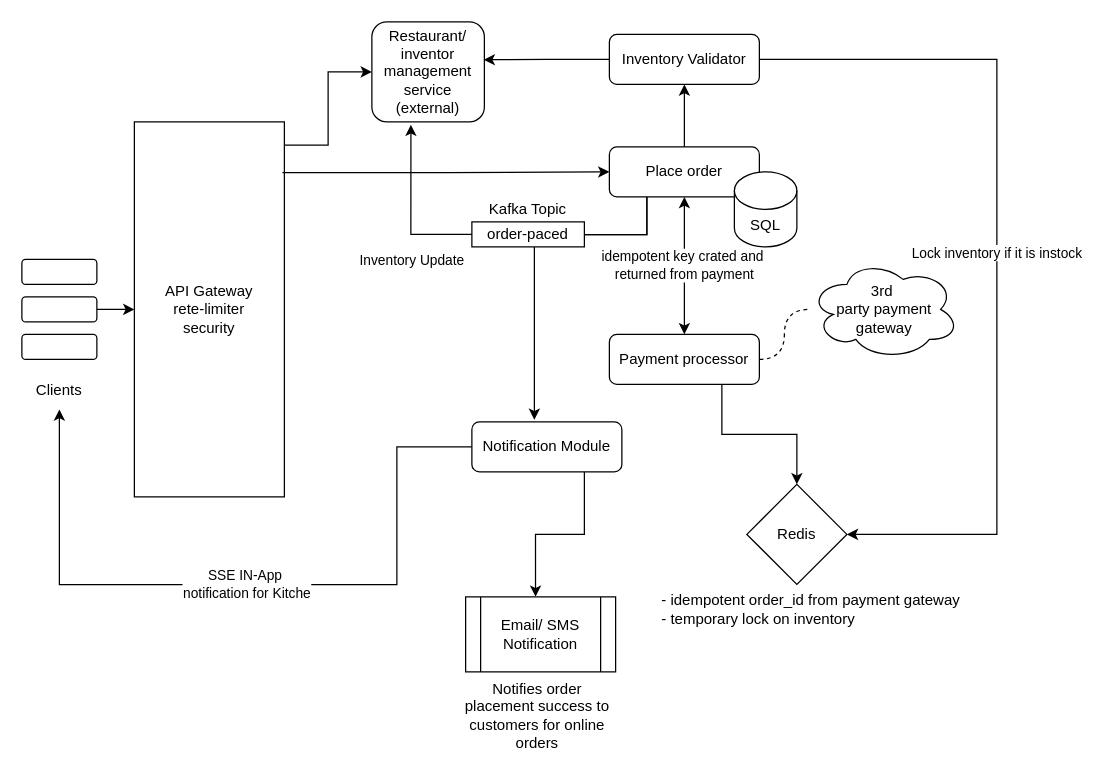
Before: HLD-drawings/order_management.drawio in harirehm/draw.io, a draw.io diagram. Source tidied: cells renumbered, new cells numbered last; positions are measured from the earlier drawing's top-left corner, leaving out a move shared by most shapes. Both pictures are drawn from the tidied source at 125%, with x=0, y=0 at pixel (21, 21).
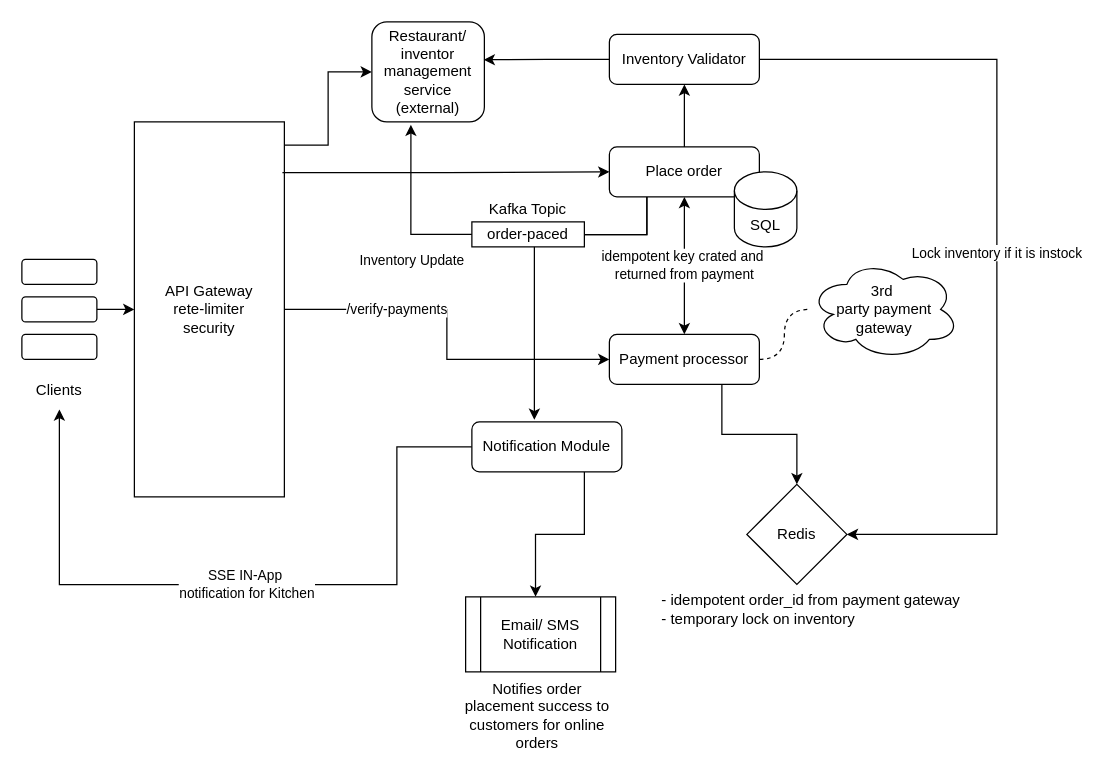
The same page after the edit.

The change refers to these unchanged cells:
```xml
<mxCell id="6" value="Clients" style="text;html=1;whiteSpace=wrap;strokeColor=none;fillColor=none;align=center;verticalAlign=middle;rounded=0;" parent="1" vertex="1">
  <mxGeometry y="280" width="60" height="30" as="geometry" />
</mxCell>
<mxCell id="8" value="API Gateway&lt;div&gt;rete-limiter&lt;/div&gt;&lt;div&gt;security&lt;/div&gt;" style="rounded=0;whiteSpace=wrap;html=1;" parent="1" vertex="1">
  <mxGeometry x="90" y="80" width="120" height="300" as="geometry" />
</mxCell>
<mxCell id="18" value="Payment processor" style="rounded=1;whiteSpace=wrap;html=1;" parent="1" vertex="1">
  <mxGeometry x="470" y="250" width="120" height="40" as="geometry" />
</mxCell>
<mxCell id="26" value="Notification Module" style="rounded=1;whiteSpace=wrap;html=1;" parent="1" vertex="1">
  <mxGeometry x="360" y="320" width="120" height="40" as="geometry" />
</mxCell>
```

What changed in the source:
```diff
@@
+    <mxCell id="34" value="/verify-payments" style="edgeStyle=orthogonalEdgeStyle;rounded=0;jettySize=auto;html=1;exitX=1;exitY=0.5;exitDx=0;exitDy=0;entryX=0;entryY=0.5;entryDx=0;entryDy=0;" parent="1" edge="1" source="8" target="18">
+      <mxGeometry x="-0.4" relative="1" as="geometry" />
+    </mxCell>
@@
-    <mxCell id="25" value="SSE IN-App&amp;nbsp;&lt;div&gt;notification for Kitche&lt;/div&gt;" style="edgeStyle=orthogonalEdgeStyle;rounded=0;jettySize=auto;html=1;exitX=0;exitY=0.5;exitDx=0;exitDy=0;entryX=0.5;entryY=1;entryDx=0;entryDy=0;" parent="1" edge="1" source="26" target="6">
+    <mxCell id="25" value="SSE IN-App&amp;nbsp;&lt;div&gt;notification for Kitchen&lt;/div&gt;" style="edgeStyle=orthogonalEdgeStyle;rounded=0;jettySize=auto;html=1;exitX=0;exitY=0.5;exitDx=0;exitDy=0;entryX=0.5;entryY=1;entryDx=0;entryDy=0;" parent="1" edge="1" source="26" target="6">
       <mxGeometry relative="1" as="geometry">
         <Array as="points">
           <mxPoint x="300" y="340.1" />
           <mxPoint x="300" y="450.1" />
           <mxPoint x="30" y="450.1" />
         </Array>
       </mxGeometry>
     </mxCell>
```
